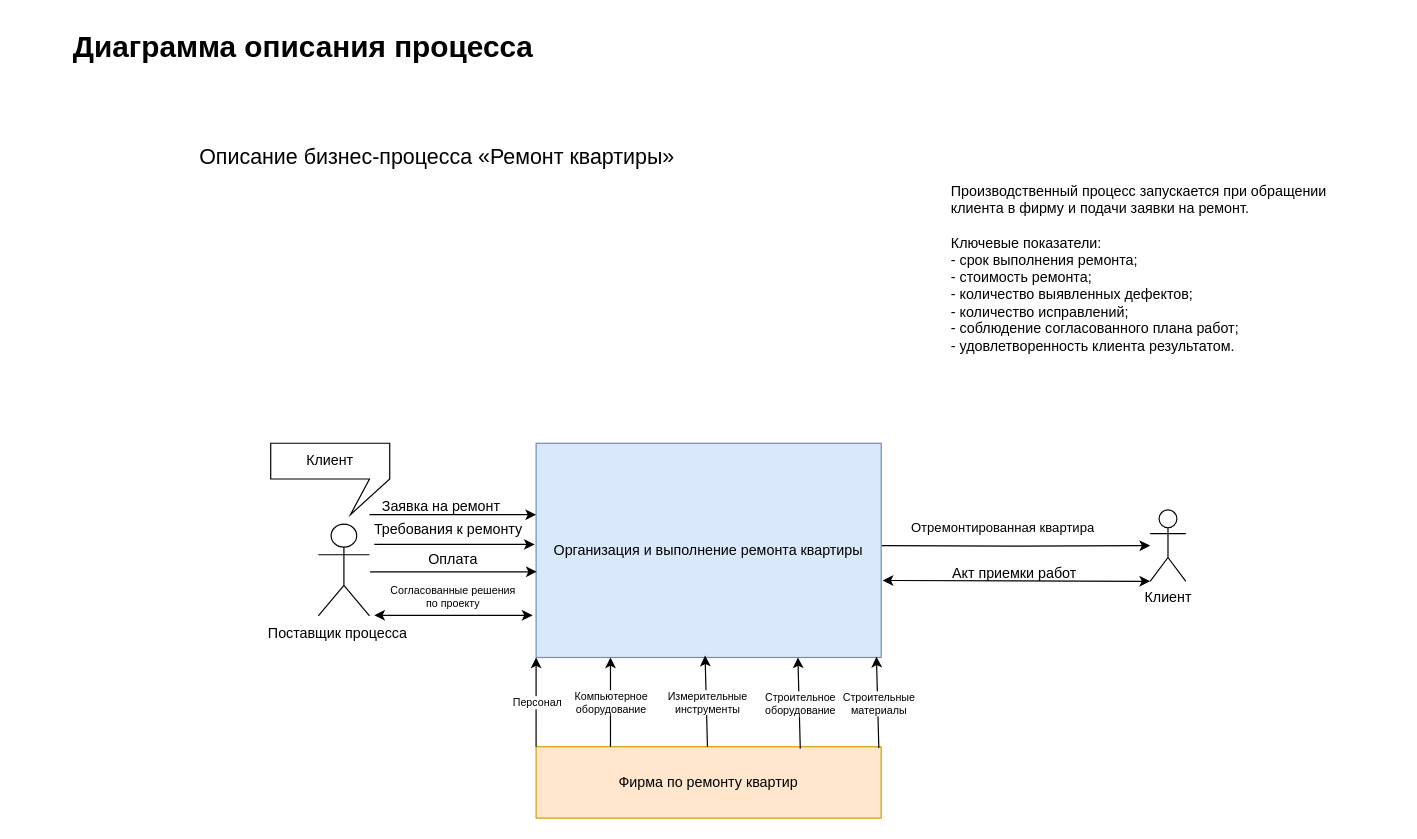
This is page "1 Описание процесса" (1 of 4) of sem-5/miabp/lab-1/diagram.drawio from anodev996/uni-works, a draw.io file, before an edit. Source tidied: cells renumbered, new cells numbered last; positions are measured from the earlier drawing's top-left corner, leaving out a move shared by most shapes. Both pictures are drawn from the tidied source at 119%, with x=0, y=0 at pixel (20, 20).
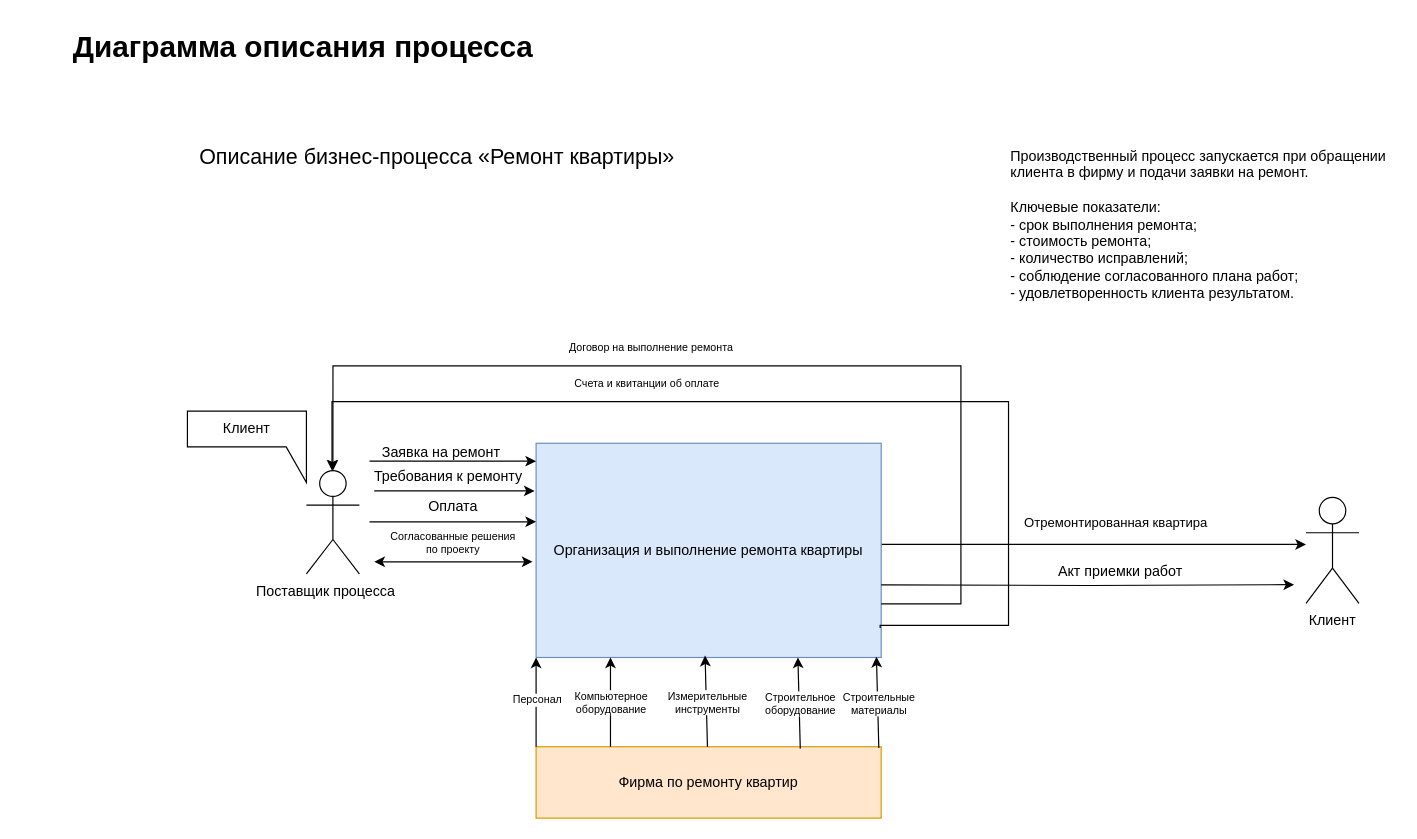
After the change.

Unchanged cells that the change refers to:
```xml
<mxCell id="4" value="Организация и выполнение ремонта квартиры" style="rounded=0;whiteSpace=wrap;html=1;fillColor=#dae8fc;strokeColor=#6c8ebf;" parent="1" vertex="1">
  <mxGeometry x="433" y="355" width="290" height="180" as="geometry" />
</mxCell>
<mxCell id="10" style="endArrow=classic;html=1;rounded=0;exitX=0;exitY=0;exitDx=0;exitDy=0;entryX=0;entryY=1;entryDx=0;entryDy=0;" parent="1" edge="1" source="5" target="4">
  <mxGeometry relative="1" as="geometry" />
</mxCell>
```

Diff of the diagram source:
```diff
@@
     <mxCell id="2" style="shape=umlActor;verticalLabelPosition=bottom;verticalAlign=top;html=1;outlineConnect=0;" parent="1" vertex="1">
-      <mxGeometry x="250" y="423" width="43" height="77" as="geometry" />
+      <mxGeometry x="240" y="378" width="44.5" height="86.8" as="geometry" />
     </mxCell>
     <mxCell id="3" style="edgeStyle=orthogonalEdgeStyle;rounded=0;jettySize=auto;html=1;exitX=1;exitY=0.25;exitDx=0;exitDy=0;" parent="1" edge="1" target="21">
       <mxGeometry relative="1" as="geometry">
         <mxPoint x="723" y="441" as="sourcePoint" />
+        <Array as="points">
+          <mxPoint x="990" y="440" />
+          <mxPoint x="990" y="440" />
+        </Array>
       </mxGeometry>
     </mxCell>
@@
     <mxCell id="11" value="Персонал" style="edgeLabel;html=1;align=center;verticalAlign=middle;fontSize=9;" parent="10" vertex="1">
-      <mxGeometry relative="1" as="geometry" />
+      <mxGeometry relative="1" as="geometry">
+        <mxPoint y="-2" as="offset" />
+      </mxGeometry>
     </mxCell>
-    <mxCell id="12" value="Клиент" style="shape=callout;whiteSpace=wrap;html=1;perimeter=calloutPerimeter;position2=0.67;base=70;size=30;position=0.83;" parent="1" vertex="1">
-      <mxGeometry x="210" y="355" width="100" height="60" as="geometry" />
+    <mxCell id="12" value="Клиент" style="shape=callout;whiteSpace=wrap;html=1;perimeter=calloutPerimeter;position2=1;base=70;size=30;position=0.83;" parent="1" vertex="1">
+      <mxGeometry x="140" y="328" width="100" height="60" as="geometry" />
     </mxCell>
-    <mxCell id="13" value="Производственный процесс запускается при обращении клиента в фирму и подачи заявки на ремонт.&lt;br&gt;&lt;br&gt;&lt;div&gt;Ключевые показатели:&lt;br&gt;- срок выполнения ремонта;&lt;br&gt;- стоимость ремонта;&lt;br&gt;- количество выявленных дефектов;&lt;/div&gt;&lt;div&gt;- количество исправлений;&lt;/div&gt;&lt;div&gt;- соблюдение согласованного плана работ;&lt;/div&gt;&lt;div&gt;- удовлетворенность клиента результатом.&lt;/div&gt;&lt;div&gt;&lt;br&gt;&lt;/div&gt;" style="text;whiteSpace=wrap;html=1;" parent="1" vertex="1">
-      <mxGeometry x="780" y="130" width="327" height="180" as="geometry" />
+    <mxCell id="13" value="Производственный процесс запускается при обращении клиента в фирму и подачи заявки на ремонт.&lt;br&gt;&lt;br&gt;&lt;div&gt;Ключевые показатели:&lt;br&gt;- срок выполнения ремонта;&lt;br&gt;- стоимость ремонта;&lt;br&gt;&lt;/div&gt;&lt;div&gt;- количество исправлений;&lt;/div&gt;&lt;div&gt;- соблюдение согласованного плана работ;&lt;/div&gt;&lt;div&gt;- удовлетворенность клиента результатом.&lt;/div&gt;&lt;div&gt;&lt;br&gt;&lt;/div&gt;" style="text;whiteSpace=wrap;html=1;" parent="1" vertex="1">
+      <mxGeometry x="830" y="100" width="327" height="180" as="geometry" />
     </mxCell>
@@
     <mxCell id="15" value="Заявка на ремонт" style="text;html=1;whiteSpace=wrap;strokeColor=none;fillColor=none;align=center;verticalAlign=middle;rounded=0;" parent="1" vertex="1">
-      <mxGeometry x="297" y="393" width="113" height="30" as="geometry" />
+      <mxGeometry x="297" y="348" width="113" height="30" as="geometry" />
     </mxCell>
     <mxCell id="16" style="endArrow=classic;html=1;rounded=0;exitX=1;exitY=0.3333333333333333;exitDx=0;exitDy=0;exitPerimeter=0;entryX=0;entryY=0.5;entryDx=0;entryDy=0;" parent="1" edge="1">
       <mxGeometry relative="1" as="geometry">
-        <mxPoint x="293" y="415" as="sourcePoint" />
-        <mxPoint x="433" y="415" as="targetPoint" />
+        <mxPoint x="293" y="370" as="sourcePoint" />
+        <mxPoint x="433" y="370" as="targetPoint" />
       </mxGeometry>
     </mxCell>
     <mxCell id="17" style="endArrow=classic;html=1;rounded=0;exitX=1;exitY=0.3333333333333333;exitDx=0;exitDy=0;exitPerimeter=0;entryX=0;entryY=0.5;entryDx=0;entryDy=0;" parent="1" edge="1">
       <mxGeometry relative="1" as="geometry">
-        <mxPoint x="293.5" y="463" as="sourcePoint" />
-        <mxPoint x="433.5" y="463" as="targetPoint" />
+        <mxPoint x="293" y="421" as="sourcePoint" />
+        <mxPoint x="433" y="421" as="targetPoint" />
       </mxGeometry>
     </mxCell>
     <mxCell id="18" value="Требования к ремонту" style="text;html=1;whiteSpace=wrap;strokeColor=none;fillColor=none;align=center;verticalAlign=middle;rounded=0;" parent="1" vertex="1">
-      <mxGeometry x="293" y="423" width="133" height="10" as="geometry" />
+      <mxGeometry x="293" y="378" width="133" height="10" as="geometry" />
     </mxCell>
     <mxCell id="19" value="Оплата" style="text;html=1;whiteSpace=wrap;strokeColor=none;fillColor=none;align=center;verticalAlign=middle;rounded=0;" parent="1" vertex="1">
-      <mxGeometry x="297" y="448" width="133" height="10" as="geometry" />
+      <mxGeometry x="297" y="403" width="133" height="10" as="geometry" />
     </mxCell>
     <mxCell id="20" value="Отремонтированная квартира" style="edgeLabel;html=1;align=center;verticalAlign=middle;" parent="1" vertex="1">
-      <mxGeometry x="830" y="433" as="geometry">
+      <mxGeometry x="925" y="429" as="geometry">
         <mxPoint x="-6" y="-8" as="offset" />
       </mxGeometry>
     </mxCell>
     <mxCell id="21" value="Клиент" style="shape=umlActor;verticalLabelPosition=bottom;verticalAlign=top;html=1;outlineConnect=0;" parent="1" vertex="1">
-      <mxGeometry x="949" y="411" width="30" height="60" as="geometry" />
+      <mxGeometry x="1080" y="400.5" width="44.5" height="89" as="geometry" />
     </mxCell>
     <mxCell id="22" value="Поставщик процесса" style="text;html=1;whiteSpace=wrap;strokeColor=none;fillColor=none;align=center;verticalAlign=middle;rounded=0;" parent="1" vertex="1">
-      <mxGeometry x="200" y="505" width="133" height="20" as="geometry" />
+      <mxGeometry x="190" y="469.5" width="133" height="20" as="geometry" />
     </mxCell>
@@
     <mxCell id="24" style="endArrow=classic;startArrow=classic;html=1;rounded=0;entryX=0.005;entryY=0.791;entryDx=0;entryDy=0;entryPerimeter=0;" parent="1" edge="1">
       <mxGeometry relative="1" as="geometry">
-        <mxPoint x="297" y="499.6" as="sourcePoint" />
-        <mxPoint x="430" y="499.6" as="targetPoint" />
+        <mxPoint x="297" y="454.6" as="sourcePoint" />
+        <mxPoint x="430" y="454.6" as="targetPoint" />
       </mxGeometry>
     </mxCell>
-    <mxCell id="25" style="endArrow=classic;html=1;rounded=0;exitX=1;exitY=0.3333333333333333;exitDx=0;exitDy=0;exitPerimeter=0;entryX=-0.004;entryY=0.472;entryDx=0;entryDy=0;entryPerimeter=0;" parent="1" edge="1" target="4">
+    <mxCell id="25" style="endArrow=classic;html=1;rounded=0;exitX=1;exitY=0.3333333333333333;exitDx=0;exitDy=0;exitPerimeter=0;entryX=-0.004;entryY=0.472;entryDx=0;entryDy=0;entryPerimeter=0;" parent="1" edge="1">
       <mxGeometry relative="1" as="geometry">
-        <mxPoint x="297" y="440" as="sourcePoint" />
+        <mxPoint x="297" y="395" as="sourcePoint" />
+        <mxPoint x="431.8" y="395" as="targetPoint" />
       </mxGeometry>
     </mxCell>
     <mxCell id="26" value="&lt;div&gt;Согласованные решения&lt;/div&gt;&lt;div&gt;по проекту&lt;/div&gt;" style="text;html=1;whiteSpace=wrap;strokeColor=none;fillColor=none;align=center;verticalAlign=middle;rounded=0;fontSize=9;" parent="1" vertex="1">
-      <mxGeometry x="297" y="474" width="133" height="20" as="geometry" />
+      <mxGeometry x="297" y="429" width="133" height="20" as="geometry" />
     </mxCell>
     <mxCell id="27" value="Акт приемки работ" style="text;whiteSpace=wrap;html=1;" parent="1" vertex="1">
-      <mxGeometry x="781" y="451" width="110" height="20" as="geometry" />
+      <mxGeometry x="870" y="449" width="110" height="20" as="geometry" />
     </mxCell>
-    <mxCell id="28" style="endArrow=classic;startArrow=classic;html=1;rounded=0;exitX=1.004;exitY=0.413;exitDx=0;exitDy=0;exitPerimeter=0;entryX=0;entryY=1;entryDx=0;entryDy=0;entryPerimeter=0;" parent="1" edge="1" target="21">
-      <mxGeometry relative="1" as="geometry">
-        <mxPoint x="724.2" y="470.3" as="sourcePoint" />
-      </mxGeometry>
-    </mxCell>
@@
+    <mxCell id="33" style="edgeStyle=orthogonalEdgeStyle;rounded=0;orthogonalLoop=1;jettySize=auto;html=1;exitX=1;exitY=0.25;exitDx=0;exitDy=0;" parent="1" edge="1">
+      <mxGeometry relative="1" as="geometry">
+        <mxPoint x="723" y="474" as="sourcePoint" />
+        <mxPoint x="1070" y="473.8" as="targetPoint" />
+      </mxGeometry>
+    </mxCell>
+    <mxCell id="34" value="&lt;font&gt;Договор на выполнение&amp;nbsp;&lt;/font&gt;&lt;span style=&quot;background-color: transparent; color: light-dark(rgb(0, 0, 0), rgb(255, 255, 255));&quot;&gt;ремонта&lt;/span&gt;" style="text;html=1;whiteSpace=wrap;strokeColor=none;fillColor=none;align=center;verticalAlign=middle;rounded=0;fontSize=9;" parent="1" vertex="1">
+      <mxGeometry x="380" y="270" width="300" height="10" as="geometry" />
+    </mxCell>
+    <mxCell id="35" value="Счета и квитанции об оплате" style="text;html=1;whiteSpace=wrap;strokeColor=none;fillColor=none;align=center;verticalAlign=middle;rounded=0;fontSize=9;" parent="1" vertex="1">
+      <mxGeometry x="460" y="300" width="133" height="10" as="geometry" />
+    </mxCell>
+    <mxCell id="36" style="edgeStyle=orthogonalEdgeStyle;rounded=0;jettySize=auto;html=1;entryX=0.5;entryY=0;entryDx=0;entryDy=0;entryPerimeter=0;" parent="1" edge="1" source="4" target="2">
+      <mxGeometry relative="1" as="geometry">
+        <Array as="points">
+          <mxPoint x="790" y="490" />
+          <mxPoint x="790" y="290" />
+          <mxPoint x="261.5" y="290" />
+        </Array>
+      </mxGeometry>
+    </mxCell>
+    <mxCell id="37" style="edgeStyle=orthogonalEdgeStyle;rounded=0;jettySize=auto;html=1;exitX=0.997;exitY=0.862;exitDx=0;exitDy=0;exitPerimeter=0;" parent="1" edge="1" source="4" target="2">
+      <mxGeometry relative="1" as="geometry">
+        <Array as="points">
+          <mxPoint x="722.1" y="508" />
+          <mxPoint x="830" y="508" />
+          <mxPoint x="830" y="320" />
+          <mxPoint x="261.5" y="320" />
+        </Array>
+      </mxGeometry>
+    </mxCell>
```
